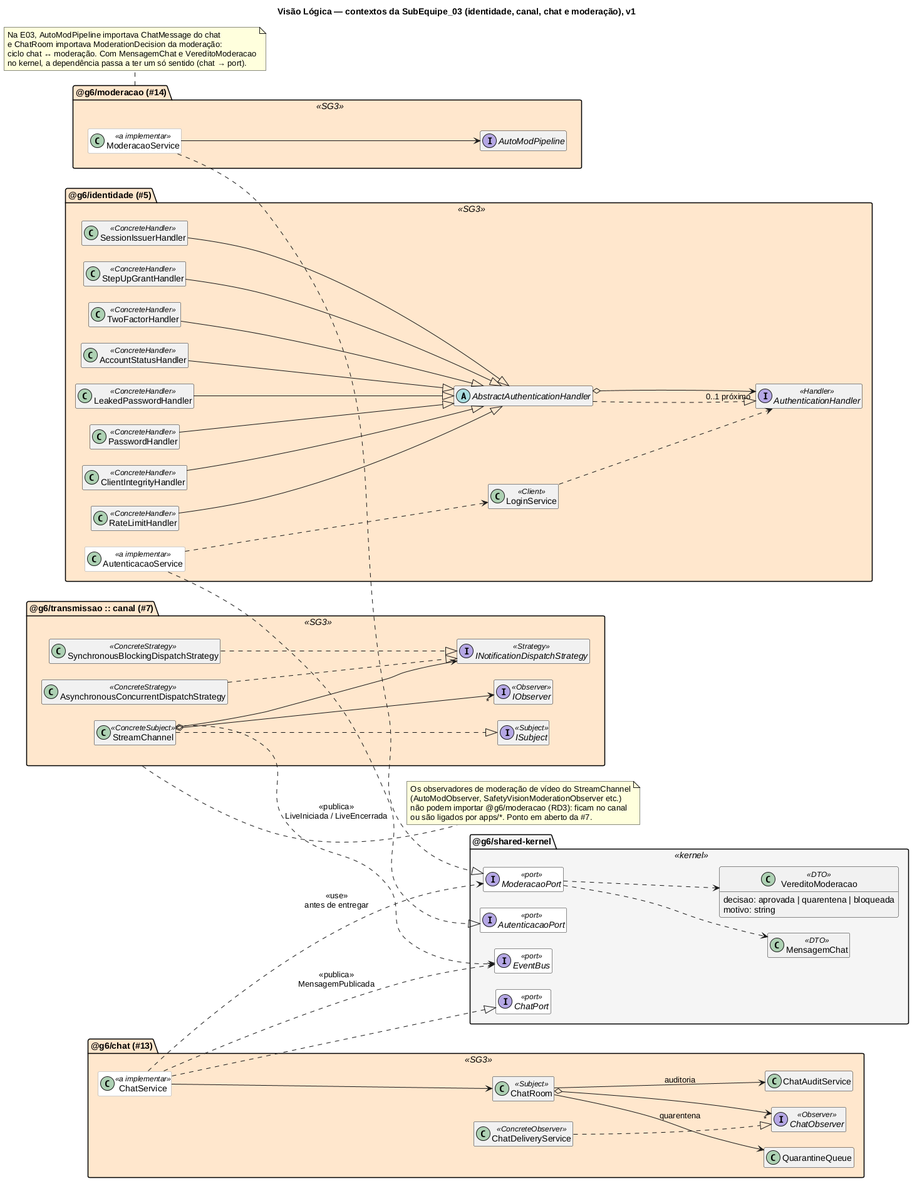
The PlantUML diagram docs/Base/Relatórios/1.1.1.DAS/assets/visao-logica/visao-logica-contextos-sg3-v1.png in UnBArqDsw2026-2-Turma01/2026.2-T01-_G6_ProjetoStreamingVideo_Entrega_04, before a commit. Source of this version:
```plantuml
@startuml visao-logica-contextos-sg3-v1

title Visão Lógica — contextos da SubEquipe_03 (identidade, canal, chat e moderação), v1

left to right direction
skinparam nodesep 25
skinparam ranksep 60
skinparam backgroundColor #FFFFFF
skinparam shadowing false
skinparam defaultFontName Helvetica
skinparam packageStyle folder
skinparam classAttributeIconSize 0
hide empty members
skinparam package {
  BackgroundColor<<SG3>> #FFE6CC
  BackgroundColor<<kernel>> #F5F5F5
}
skinparam class {
  BackgroundColor<<a implementar>> #FFFFFF
  BorderColor<<a implementar>> #999999
  BackgroundColor<<port>> #FFFFFF
}

package "@g6/shared-kernel" as kernel <<kernel>> {
  interface AutenticacaoPort <<port>>
  interface ChatPort <<port>>
  interface ModeracaoPort <<port>>
  interface EventBus <<port>>
  class MensagemChat <<DTO>>
  class VereditoModeracao <<DTO>> {
    decisao: aprovada | quarentena | bloqueada
    motivo: string
  }
}

package "@g6/identidade (#5)" as identidade <<SG3>> {
  interface AuthenticationHandler <<Handler>>
  abstract class AbstractAuthenticationHandler
  class RateLimitHandler <<ConcreteHandler>>
  class ClientIntegrityHandler <<ConcreteHandler>>
  class PasswordHandler <<ConcreteHandler>>
  class LeakedPasswordHandler <<ConcreteHandler>>
  class AccountStatusHandler <<ConcreteHandler>>
  class TwoFactorHandler <<ConcreteHandler>>
  class StepUpGrantHandler <<ConcreteHandler>>
  class SessionIssuerHandler <<ConcreteHandler>>
  class LoginService <<Client>>
  class AutenticacaoService <<a implementar>>
}

package "@g6/transmissao :: canal (#7)" as canal <<SG3>> {
  interface ISubject <<Subject>>
  interface IObserver <<Observer>>
  class StreamChannel <<ConcreteSubject>>
  interface INotificationDispatchStrategy <<Strategy>>
  class AsynchronousConcurrentDispatchStrategy <<ConcreteStrategy>>
  class SynchronousBlockingDispatchStrategy <<ConcreteStrategy>>
}

package "@g6/chat (#13)" as chat <<SG3>> {
  class ChatRoom <<Subject>>
  interface ChatObserver <<Observer>>
  class ChatDeliveryService <<ConcreteObserver>>
  class QuarantineQueue
  class ChatAuditService
  class ChatService <<a implementar>>
}

package "@g6/moderacao (#14)" as moderacao <<SG3>> {
  interface AutoModPipeline
  class ModeracaoService <<a implementar>>
}

AbstractAuthenticationHandler ..|> AuthenticationHandler
AbstractAuthenticationHandler o--> "0..1 próximo" AuthenticationHandler
RateLimitHandler --|> AbstractAuthenticationHandler
ClientIntegrityHandler --|> AbstractAuthenticationHandler
PasswordHandler --|> AbstractAuthenticationHandler
LeakedPasswordHandler --|> AbstractAuthenticationHandler
AccountStatusHandler --|> AbstractAuthenticationHandler
TwoFactorHandler --|> AbstractAuthenticationHandler
StepUpGrantHandler --|> AbstractAuthenticationHandler
SessionIssuerHandler --|> AbstractAuthenticationHandler
LoginService ..> AuthenticationHandler
AutenticacaoService ..|> AutenticacaoPort
AutenticacaoService ..> LoginService

StreamChannel ..|> ISubject
StreamChannel o--> "*" IObserver
StreamChannel o--> INotificationDispatchStrategy
AsynchronousConcurrentDispatchStrategy ..|> INotificationDispatchStrategy
SynchronousBlockingDispatchStrategy ..|> INotificationDispatchStrategy
StreamChannel ..> EventBus : <<publica>>\nLiveIniciada / LiveEncerrada

ChatRoom o--> "*" ChatObserver
ChatDeliveryService ..|> ChatObserver
ChatRoom --> QuarantineQueue : quarentena
ChatRoom --> ChatAuditService : auditoria
ChatService ..|> ChatPort
ChatService --> ChatRoom
ChatService ..> ModeracaoPort : <<use>>\nantes de entregar
ChatService ..> EventBus : <<publica>>\nMensagemPublicada

ModeracaoService ..|> ModeracaoPort
ModeracaoService --> AutoModPipeline
ModeracaoPort ..> MensagemChat
ModeracaoPort ..> VereditoModeracao

note bottom of moderacao
  Na E03, AutoModPipeline importava ChatMessage do chat
  e ChatRoom importava ModerationDecision da moderação:
  ciclo chat ↔ moderação. Com MensagemChat e VereditoModeracao
  no kernel, a dependência passa a ter um só sentido (chat → port).
end note

note right of canal
  Os observadores de moderação de vídeo do StreamChannel
  (AutoModObserver, SafetyVisionModerationObserver etc.)
  não podem importar @g6/moderacao (RD3): ficam no canal
  ou são ligados por apps/*. Ponto em aberto da #7.
end note

@enduml
```
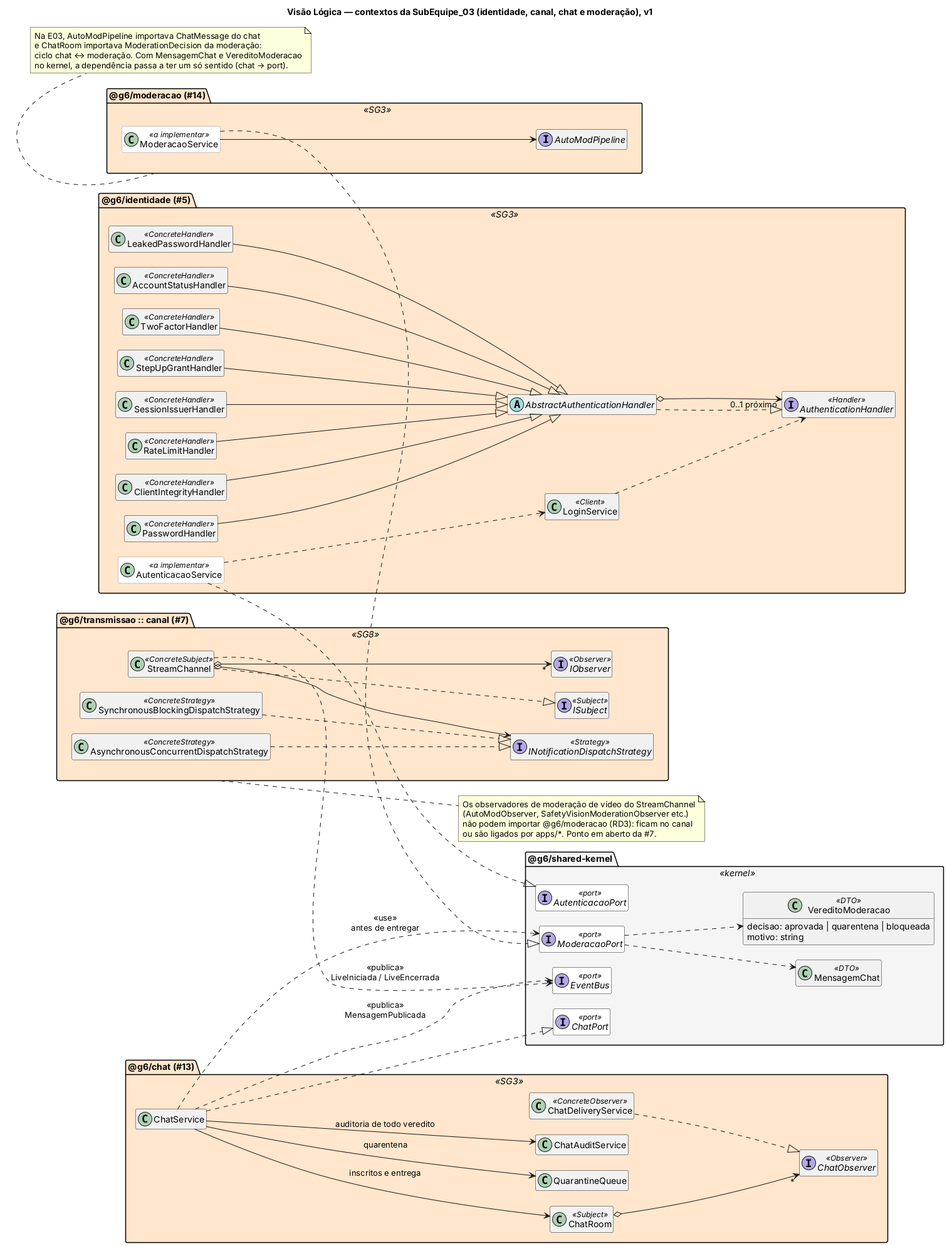
After the change.

Commit message:
docs(visao-logica): validar o contexto chat contra o código mesclado (#5)

Change to the diagram source:
```diff
@@ -63,7 +63,7 @@
   class ChatDeliveryService <<ConcreteObserver>>
   class QuarantineQueue
   class ChatAuditService
-  class ChatService <<a implementar>>
+  class ChatService
 }
 
 package "@g6/moderacao (#14)" as moderacao <<SG3>> {
@@ -94,10 +94,10 @@
 
 ChatRoom o--> "*" ChatObserver
 ChatDeliveryService ..|> ChatObserver
-ChatRoom --> QuarantineQueue : quarentena
-ChatRoom --> ChatAuditService : auditoria
 ChatService ..|> ChatPort
-ChatService --> ChatRoom
+ChatService --> ChatRoom : inscritos e entrega
+ChatService --> QuarantineQueue : quarentena
+ChatService --> ChatAuditService : auditoria de todo veredito
 ChatService ..> ModeracaoPort : <<use>>\nantes de entregar
 ChatService ..> EventBus : <<publica>>\nMensagemPublicada
 
```
